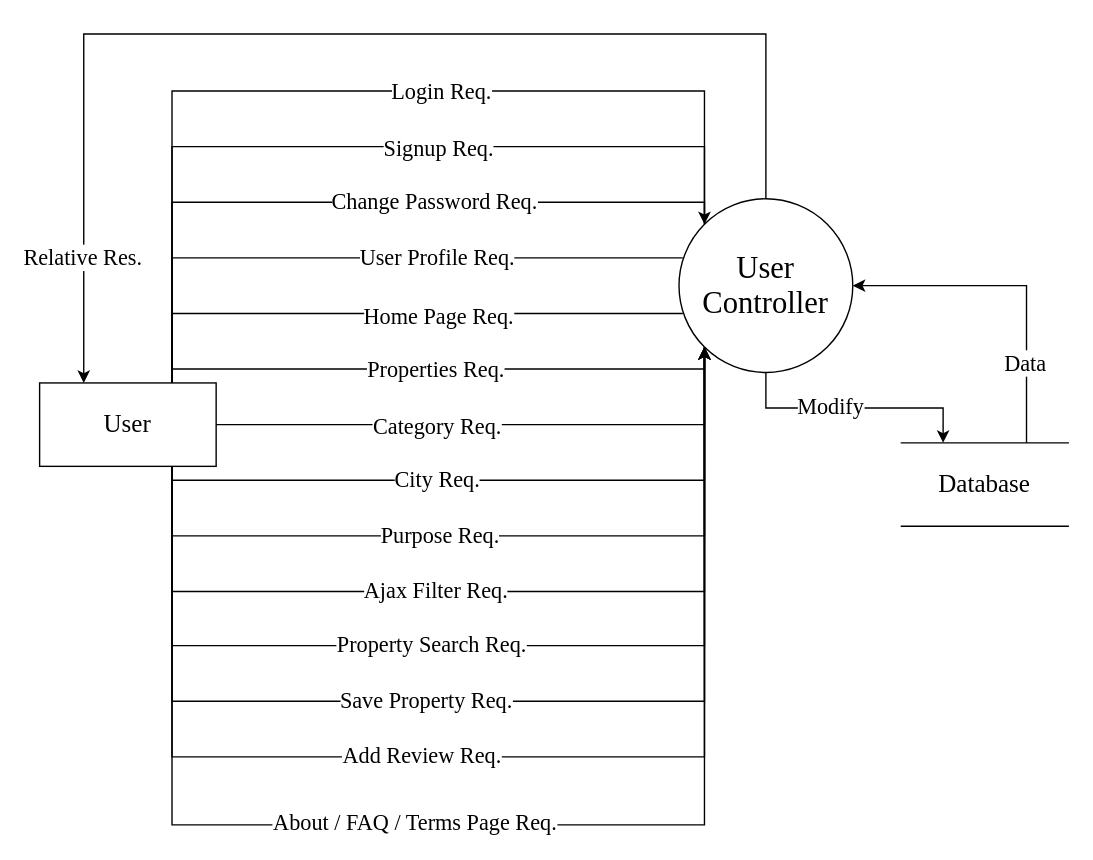
This is Documentation/diags/Diagrams/user_1.drawio from Suzuki0916/Real_Estate_Site, a draw.io file, before an edit. Source tidied: cells renumbered, new cells numbered last; positions are measured from the earlier drawing's top-left corner, leaving out a move shared by most shapes. Both pictures are drawn from the tidied source at 139%, with x=0, y=0 at pixel (39, 33).
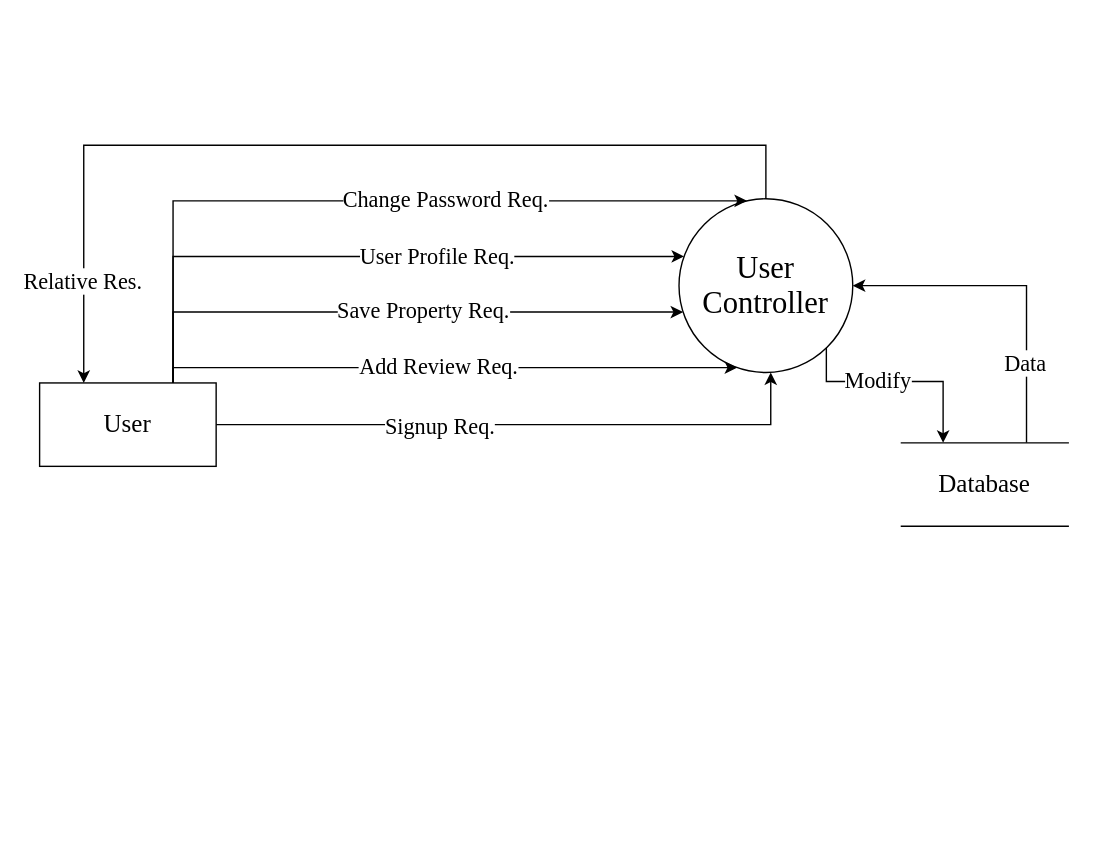
After the change.

The change refers to these unchanged cells:
```xml
<mxCell id="6" value="&lt;p&gt;&lt;span style=&quot;font-size: 22px ; line-height: 1.1&quot;&gt;User Controller&lt;/span&gt;&lt;/p&gt;" style="ellipse;whiteSpace=wrap;html=1;shadow=0;sketch=0;rotation=0;fontFamily=Times New Roman;" parent="1" vertex="1">
  <mxGeometry x="460" y="118.5" width="125" height="125" as="geometry" />
</mxCell>
<mxCell id="7" value="&lt;font style=&quot;font-size: 18px&quot;&gt;User&lt;/font&gt;" style="rounded=0;whiteSpace=wrap;html=1;fontFamily=Times New Roman;" parent="1" vertex="1">
  <mxGeometry y="251" width="127" height="60" as="geometry" />
</mxCell>
<mxCell id="10" value="&lt;font style=&quot;font-size: 18px&quot;&gt;Database&lt;/font&gt;" style="shape=partialRectangle;whiteSpace=wrap;html=1;left=0;right=0;fillColor=default;rounded=0;shadow=0;glass=0;sketch=0;fontFamily=Times New Roman;fontSize=16;gradientColor=none;" parent="1" vertex="1">
  <mxGeometry x="620" y="294.1" width="120" height="60" as="geometry" />
</mxCell>
```

The edit, as a diff of the source:
```diff
@@
     <mxCell id="2" style="edgeStyle=elbowEdgeStyle;rounded=0;sketch=0;jumpStyle=none;jumpSize=6;jettySize=auto;elbow=vertical;html=1;entryX=0.25;entryY=0;entryDx=0;entryDy=0;shadow=0;fontSize=16;endArrow=classic;endFill=1;strokeColor=default;strokeWidth=1;fontFamily=Times New Roman;" parent="1" edge="1" source="6" target="10">
-      <mxGeometry relative="1" as="geometry" />
+      <mxGeometry relative="1" as="geometry">
+        <Array as="points">
+          <mxPoint x="566" y="250" />
+        </Array>
+      </mxGeometry>
     </mxCell>
@@
     <mxCell id="4" style="edgeStyle=elbowEdgeStyle;rounded=0;sketch=0;jumpStyle=none;jumpSize=6;jettySize=auto;elbow=vertical;html=1;shadow=0;fontSize=16;endArrow=classic;endFill=1;strokeColor=default;strokeWidth=1;entryX=0.25;entryY=0;entryDx=0;entryDy=0;fontFamily=Times New Roman;" parent="1" edge="1" source="6" target="7">
       <mxGeometry relative="1" as="geometry">
         <Array as="points">
+          <mxPoint x="226" y="80" />
+          <mxPoint x="236" y="70" />
+          <mxPoint x="286" y="60" />
+          <mxPoint x="306" y="40" />
           <mxPoint x="426" />
         </Array>
       </mxGeometry>
     </mxCell>
@@
+    <mxCell id="39" style="edgeStyle=orthogonalEdgeStyle;rounded=0;jettySize=auto;html=1;fontFamily=Times New Roman;fontSize=14;endArrow=classic;endFill=1;" parent="1" edge="1" source="7" target="6">
+      <mxGeometry relative="1" as="geometry">
+        <Array as="points">
+          <mxPoint x="526" y="281" />
+        </Array>
+      </mxGeometry>
+    </mxCell>
+    <mxCell id="30" value="Signup Req." style="edgeLabel;html=1;align=center;verticalAlign=middle;fontSize=16;fontFamily=Times New Roman;" parent="39" vertex="1">
+      <mxGeometry x="-0.13" y="3" relative="1" as="geometry">
+        <mxPoint x="-30" y="3" as="offset" />
+      </mxGeometry>
+    </mxCell>
@@
-    <mxCell id="11" style="edgeStyle=elbowEdgeStyle;rounded=0;sketch=0;jumpStyle=none;jumpSize=6;jettySize=auto;html=1;shadow=0;fontSize=16;endArrow=classic;endFill=1;strokeColor=default;strokeWidth=1;elbow=vertical;entryX=0;entryY=0;entryDx=0;entryDy=0;exitX=0.75;exitY=0;exitDx=0;exitDy=0;fontFamily=Times New Roman;" parent="1" edge="1" source="7" target="6">
-      <mxGeometry relative="1" as="geometry">
-        <Array as="points">
-          <mxPoint x="300" y="41" />
-        </Array>
-      </mxGeometry>
-    </mxCell>
-    <mxCell id="12" value="Login Req." style="edgeLabel;html=1;align=center;verticalAlign=middle;fontSize=16;fontFamily=Times New Roman;" parent="11" vertex="1">
-      <mxGeometry x="0.13" y="1" relative="1" as="geometry">
-        <mxPoint x="14" as="offset" />
-      </mxGeometry>
-    </mxCell>
-    <mxCell id="13" style="edgeStyle=elbowEdgeStyle;rounded=0;sketch=0;jumpStyle=none;jumpSize=6;jettySize=auto;elbow=vertical;html=1;entryX=0.022;entryY=0.334;entryDx=0;entryDy=0;shadow=0;fontSize=16;endArrow=none;endFill=0;strokeColor=default;strokeWidth=1;exitX=0.75;exitY=0;exitDx=0;exitDy=0;entryPerimeter=0;fontFamily=Times New Roman;" parent="1" edge="1" source="7" target="6">
+    <mxCell id="13" style="edgeStyle=elbowEdgeStyle;rounded=0;sketch=0;jumpStyle=none;jumpSize=6;jettySize=auto;elbow=vertical;html=1;shadow=0;fontSize=16;endArrow=classic;endFill=1;strokeColor=default;strokeWidth=1;fontFamily=Times New Roman;" parent="1" edge="1" source="7" target="6">
       <mxGeometry relative="1" as="geometry">
         <Array as="points">
+          <mxPoint x="96" y="160" />
+          <mxPoint x="376" y="160" />
+          <mxPoint x="376" y="170" />
+          <mxPoint x="376" y="200" />
+          <mxPoint x="366" y="220" />
+          <mxPoint x="386" y="190" />
+          <mxPoint x="356" y="220" />
           <mxPoint x="300" y="161" />
         </Array>
       </mxGeometry>
     </mxCell>
@@
-    <mxCell id="15" style="edgeStyle=elbowEdgeStyle;rounded=0;sketch=0;jumpStyle=none;jumpSize=6;jettySize=auto;elbow=vertical;html=1;entryX=0;entryY=0;entryDx=0;entryDy=0;shadow=0;fontSize=16;endArrow=none;endFill=0;strokeColor=default;strokeWidth=1;exitX=0.75;exitY=0;exitDx=0;exitDy=0;fontFamily=Times New Roman;" parent="1" edge="1" source="7" target="6">
+    <mxCell id="15" style="edgeStyle=elbowEdgeStyle;rounded=0;sketch=0;jumpStyle=none;jumpSize=6;jettySize=auto;elbow=vertical;html=1;shadow=0;fontSize=16;endArrow=classic;endFill=1;strokeColor=default;strokeWidth=1;fontFamily=Times New Roman;" parent="1" edge="1" source="7" target="6">
       <mxGeometry relative="1" as="geometry">
         <Array as="points">
+          <mxPoint x="96" y="120" />
+          <mxPoint x="166" y="120" />
+          <mxPoint x="116" y="140" />
+          <mxPoint x="386" y="120" />
+          <mxPoint x="386" y="160" />
+          <mxPoint x="376" y="180" />
           <mxPoint x="310" y="121" />
         </Array>
       </mxGeometry>
     </mxCell>
@@
-    <mxCell id="17" style="edgeStyle=elbowEdgeStyle;rounded=0;sketch=0;jumpStyle=none;jumpSize=6;jettySize=auto;elbow=vertical;html=1;entryX=0.022;entryY=0.663;entryDx=0;entryDy=0;shadow=0;fontSize=16;endArrow=none;endFill=0;strokeColor=default;strokeWidth=1;exitX=0.75;exitY=0;exitDx=0;exitDy=0;entryPerimeter=0;fontFamily=Times New Roman;" parent="1" edge="1" source="7" target="6">
-      <mxGeometry relative="1" as="geometry">
-        <Array as="points">
-          <mxPoint x="310" y="201" />
-        </Array>
-      </mxGeometry>
-    </mxCell>
-    <mxCell id="18" value="Home Page Req." style="edgeLabel;html=1;align=center;verticalAlign=middle;fontSize=16;fontFamily=Times New Roman;" parent="17" vertex="1">
-      <mxGeometry x="0.46" y="-1" relative="1" as="geometry">
-        <mxPoint x="-64" as="offset" />
-      </mxGeometry>
-    </mxCell>
-    <mxCell id="19" style="edgeStyle=elbowEdgeStyle;rounded=0;sketch=0;jumpStyle=none;jumpSize=6;jettySize=auto;elbow=vertical;html=1;entryX=0;entryY=1;entryDx=0;entryDy=0;shadow=0;fontSize=16;endArrow=none;endFill=0;strokeColor=default;strokeWidth=1;exitX=0.75;exitY=0;exitDx=0;exitDy=0;fontFamily=Times New Roman;" parent="1" edge="1" source="7" target="6">
-      <mxGeometry relative="1" as="geometry">
-        <Array as="points">
-          <mxPoint x="310" y="241" />
-        </Array>
-      </mxGeometry>
-    </mxCell>
-    <mxCell id="20" value="Properties Req." style="edgeLabel;html=1;align=center;verticalAlign=middle;fontSize=16;fontFamily=Times New Roman;" parent="19" vertex="1">
-      <mxGeometry x="0.07" relative="1" as="geometry">
-        <mxPoint x="-20" y="-1" as="offset" />
-      </mxGeometry>
-    </mxCell>
-    <mxCell id="21" style="edgeStyle=elbowEdgeStyle;rounded=0;sketch=0;jumpStyle=none;jumpSize=6;jettySize=auto;elbow=vertical;html=1;entryX=0;entryY=1;entryDx=0;entryDy=0;shadow=0;fontSize=16;endArrow=none;endFill=0;strokeColor=default;strokeWidth=1;exitX=1;exitY=0.5;exitDx=0;exitDy=0;fontFamily=Times New Roman;" parent="1" edge="1" source="7" target="6">
-      <mxGeometry relative="1" as="geometry">
-        <Array as="points">
-          <mxPoint x="320" y="281" />
-        </Array>
-      </mxGeometry>
-    </mxCell>
-    <mxCell id="22" value="Category Req." style="edgeLabel;html=1;align=center;verticalAlign=middle;fontSize=16;fontFamily=Times New Roman;" parent="21" vertex="1">
-      <mxGeometry x="-0.21" relative="1" as="geometry">
-        <mxPoint x="-3" as="offset" />
-      </mxGeometry>
-    </mxCell>
-    <mxCell id="23" style="edgeStyle=elbowEdgeStyle;rounded=0;sketch=0;jumpStyle=none;jumpSize=6;jettySize=auto;elbow=vertical;html=1;entryX=0;entryY=1;entryDx=0;entryDy=0;shadow=0;fontSize=16;endArrow=none;endFill=0;strokeColor=default;strokeWidth=1;exitX=0.75;exitY=1;exitDx=0;exitDy=0;fontFamily=Times New Roman;" parent="1" edge="1" source="7" target="6">
-      <mxGeometry relative="1" as="geometry">
-        <Array as="points">
-          <mxPoint x="330" y="321" />
-        </Array>
-      </mxGeometry>
-    </mxCell>
-    <mxCell id="24" value="City Req." style="edgeLabel;html=1;align=center;verticalAlign=middle;fontSize=16;fontFamily=Times New Roman;" parent="23" vertex="1">
-      <mxGeometry x="-0.12" y="2" relative="1" as="geometry">
-        <mxPoint x="-15" as="offset" />
-      </mxGeometry>
-    </mxCell>
-    <mxCell id="25" style="edgeStyle=elbowEdgeStyle;rounded=0;sketch=0;jumpStyle=none;jumpSize=6;jettySize=auto;elbow=vertical;html=1;entryX=0;entryY=1;entryDx=0;entryDy=0;shadow=0;fontSize=16;endArrow=none;endFill=0;strokeColor=default;strokeWidth=1;exitX=0.75;exitY=1;exitDx=0;exitDy=0;fontFamily=Times New Roman;" parent="1" edge="1" source="7" target="6">
-      <mxGeometry relative="1" as="geometry">
-        <Array as="points">
-          <mxPoint x="360" y="361" />
-        </Array>
-      </mxGeometry>
-    </mxCell>
-    <mxCell id="26" value="Purpose Req." style="edgeLabel;html=1;align=center;verticalAlign=middle;fontSize=16;fontFamily=Times New Roman;" parent="25" vertex="1">
-      <mxGeometry x="-0.14" y="1" relative="1" as="geometry">
-        <mxPoint x="-3" as="offset" />
-      </mxGeometry>
-    </mxCell>
-    <mxCell id="27" style="edgeStyle=elbowEdgeStyle;rounded=0;sketch=0;jumpStyle=none;jumpSize=6;jettySize=auto;elbow=vertical;html=1;entryX=0;entryY=1;entryDx=0;entryDy=0;shadow=0;fontSize=16;endArrow=classic;endFill=1;strokeColor=default;strokeWidth=1;exitX=0.75;exitY=1;exitDx=0;exitDy=0;fontFamily=Times New Roman;" parent="1" edge="1" source="7" target="6">
-      <mxGeometry relative="1" as="geometry">
-        <Array as="points">
-          <mxPoint x="360" y="401" />
-        </Array>
-      </mxGeometry>
-    </mxCell>
-    <mxCell id="28" value="Ajax Filter Req." style="edgeLabel;html=1;align=center;verticalAlign=middle;fontSize=16;fontFamily=Times New Roman;" parent="27" vertex="1">
-      <mxGeometry x="-0.09" y="2" relative="1" as="geometry">
-        <mxPoint x="-16" as="offset" />
-      </mxGeometry>
-    </mxCell>
-    <mxCell id="29" style="edgeStyle=elbowEdgeStyle;rounded=0;sketch=0;jumpStyle=none;jumpSize=6;jettySize=auto;html=1;shadow=0;fontSize=16;endArrow=none;endFill=0;strokeColor=default;strokeWidth=1;elbow=vertical;entryX=0;entryY=0;entryDx=0;entryDy=0;exitX=0.75;exitY=0;exitDx=0;exitDy=0;fontFamily=Times New Roman;" parent="1" edge="1" source="7" target="6">
-      <mxGeometry relative="1" as="geometry">
-        <Array as="points">
-          <mxPoint x="290" y="81" />
-          <mxPoint x="310" y="91" />
-        </Array>
-      </mxGeometry>
-    </mxCell>
-    <mxCell id="30" value="Signup Req." style="edgeLabel;html=1;align=center;verticalAlign=middle;fontSize=16;fontFamily=Times New Roman;" parent="29" vertex="1">
-      <mxGeometry x="0.09" relative="1" as="geometry">
-        <mxPoint x="29" as="offset" />
-      </mxGeometry>
-    </mxCell>
-    <mxCell id="31" style="edgeStyle=elbowEdgeStyle;rounded=0;sketch=0;jumpStyle=none;jumpSize=6;jettySize=auto;elbow=vertical;html=1;entryX=0;entryY=1;entryDx=0;entryDy=0;shadow=0;fontSize=16;endArrow=classic;endFill=1;strokeColor=default;strokeWidth=1;exitX=0.75;exitY=1;exitDx=0;exitDy=0;fontFamily=Times New Roman;" parent="1" edge="1" source="7" target="6">
-      <mxGeometry relative="1" as="geometry">
-        <Array as="points">
-          <mxPoint x="356" y="440" />
-          <mxPoint x="360.8" y="455.8" />
-        </Array>
-      </mxGeometry>
-    </mxCell>
-    <mxCell id="32" value="Property Search Req." style="edgeLabel;html=1;align=center;verticalAlign=middle;fontSize=16;fontFamily=Times New Roman;" parent="31" vertex="1">
-      <mxGeometry x="-0.09" y="2" relative="1" as="geometry">
-        <mxPoint x="-16" as="offset" />
-      </mxGeometry>
-    </mxCell>
-    <mxCell id="33" style="edgeStyle=elbowEdgeStyle;rounded=0;sketch=0;jumpStyle=none;jumpSize=6;jettySize=auto;elbow=vertical;html=1;entryX=0;entryY=1;entryDx=0;entryDy=0;shadow=0;fontSize=16;endArrow=classic;endFill=1;strokeColor=default;strokeWidth=1;exitX=0.75;exitY=1;exitDx=0;exitDy=0;fontFamily=Times New Roman;" parent="1" edge="1" source="7" target="6">
+    <mxCell id="33" style="edgeStyle=elbowEdgeStyle;rounded=0;sketch=0;jumpStyle=none;jumpSize=6;jettySize=auto;elbow=vertical;html=1;shadow=0;fontSize=16;endArrow=classic;endFill=1;strokeColor=default;strokeWidth=1;fontFamily=Times New Roman;" parent="1" edge="1" source="7" target="6">
       <mxGeometry relative="1" as="geometry">
         <Array as="points">
+          <mxPoint x="96" y="240" />
+          <mxPoint x="356" y="360" />
           <mxPoint x="356" y="520" />
           <mxPoint x="356.8" y="525.8" />
           <mxPoint x="361.5" y="541.6" />
         </Array>
       </mxGeometry>
     </mxCell>
     <mxCell id="34" value="Add Review Req." style="edgeLabel;html=1;align=center;verticalAlign=middle;fontSize=16;fontFamily=Times New Roman;" parent="33" vertex="1">
       <mxGeometry x="-0.09" y="2" relative="1" as="geometry">
-        <mxPoint x="-16" as="offset" />
+        <mxPoint x="11" as="offset" />
       </mxGeometry>
     </mxCell>
-    <mxCell id="35" style="edgeStyle=elbowEdgeStyle;rounded=0;sketch=0;jumpStyle=none;jumpSize=6;jettySize=auto;elbow=vertical;html=1;entryX=0;entryY=1;entryDx=0;entryDy=0;shadow=0;fontSize=16;endArrow=classic;endFill=1;strokeColor=default;strokeWidth=1;exitX=0.75;exitY=1;exitDx=0;exitDy=0;fontFamily=Times New Roman;" parent="1" edge="1" source="7" target="6">
+    <mxCell id="35" style="edgeStyle=elbowEdgeStyle;rounded=0;sketch=0;jumpStyle=none;jumpSize=6;jettySize=auto;elbow=vertical;html=1;shadow=0;fontSize=16;endArrow=classic;endFill=1;strokeColor=default;strokeWidth=1;fontFamily=Times New Roman;" parent="1" edge="1" source="7" target="6">
       <mxGeometry relative="1" as="geometry">
         <Array as="points">
+          <mxPoint x="96" y="200" />
+          <mxPoint x="376" y="200" />
+          <mxPoint x="366" y="230" />
+          <mxPoint x="396" y="330" />
+          <mxPoint x="346" y="330" />
           <mxPoint x="356" y="480" />
           <mxPoint x="356.8" y="484.8" />
           <mxPoint x="361.5" y="500.6" />
         </Array>
       </mxGeometry>
     </mxCell>
     <mxCell id="36" value="Save Property Req." style="edgeLabel;html=1;align=center;verticalAlign=middle;fontSize=16;fontFamily=Times New Roman;" parent="35" vertex="1">
       <mxGeometry x="-0.09" y="2" relative="1" as="geometry">
-        <mxPoint x="-16" as="offset" />
+        <mxPoint x="40" as="offset" />
       </mxGeometry>
     </mxCell>
-    <mxCell id="37" style="edgeStyle=elbowEdgeStyle;rounded=0;sketch=0;jumpStyle=none;jumpSize=6;jettySize=auto;elbow=vertical;html=1;entryX=0;entryY=1;entryDx=0;entryDy=0;shadow=0;fontSize=16;endArrow=classic;endFill=1;strokeColor=default;strokeWidth=1;exitX=0.75;exitY=1;exitDx=0;exitDy=0;fontFamily=Times New Roman;" parent="1" edge="1" source="7" target="6">
-      <mxGeometry relative="1" as="geometry">
-        <Array as="points">
-          <mxPoint x="356.8" y="568.9" />
-          <mxPoint x="361.5" y="584.7" />
-        </Array>
-      </mxGeometry>
-    </mxCell>
-    <mxCell id="38" value="About / FAQ / Terms Page Req." style="edgeLabel;html=1;align=center;verticalAlign=middle;fontSize=16;fontFamily=Times New Roman;" parent="37" vertex="1">
-      <mxGeometry x="-0.09" y="2" relative="1" as="geometry">
-        <mxPoint x="-16" as="offset" />
-      </mxGeometry>
-    </mxCell>
```
